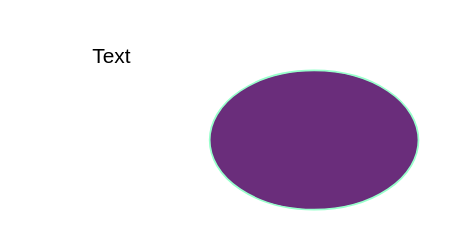
Before: draw.drawio in asitshakya789/DevTinder, a draw.io diagram. Source tidied: cells renumbered, new cells numbered last; positions are measured from the earlier drawing's top-left corner, leaving out a move shared by most shapes. Both pictures are drawn from the tidied source at 174%, with x=0, y=0 at pixel (30, 30).
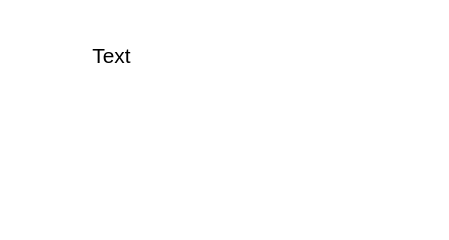
The same diagram, later.

Change to the diagram source:
```diff
@@
 <mxGraphModel>
   <root>
     <mxCell id="0" />
     <mxCell id="1" parent="0" />
     <mxCell id="2" value="Text" style="text;html=1;align=right;verticalAlign=middle;whiteSpace=wrap;rounded=0;strokeColor=none;" parent="1" vertex="1">
       <mxGeometry width="60" height="30" as="geometry" />
     </mxCell>
-    <mxCell id="3" style="ellipse;whiteSpace=wrap;html=1;fillColor=#6A2D7B;strokeColor=#99FFCC;" parent="1" vertex="1">
-      <mxGeometry x="103" y="23" width="120" height="80" as="geometry" />
-    </mxCell>
   </root>
 </mxGraphModel>
```
